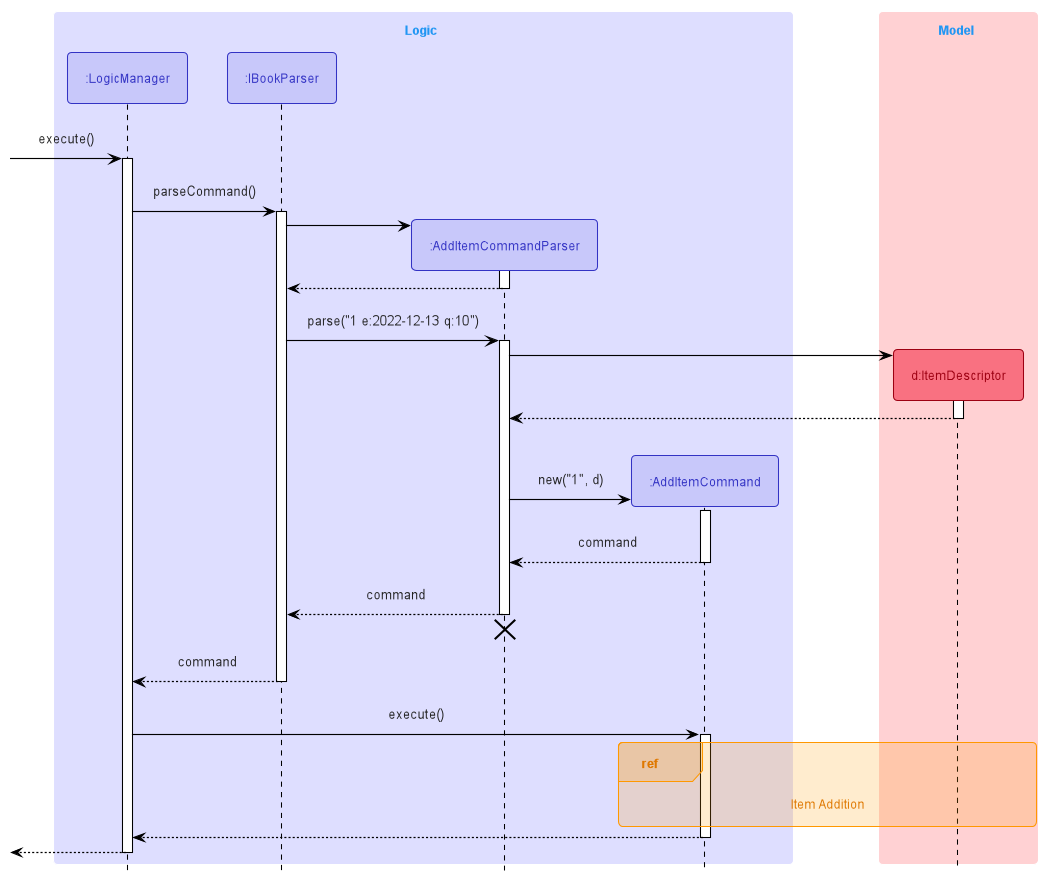
Earlier version of the PlantUML export docs/images/AddItemSequenceDiagram.png (nus-cs2103-AY2122S2/tp).
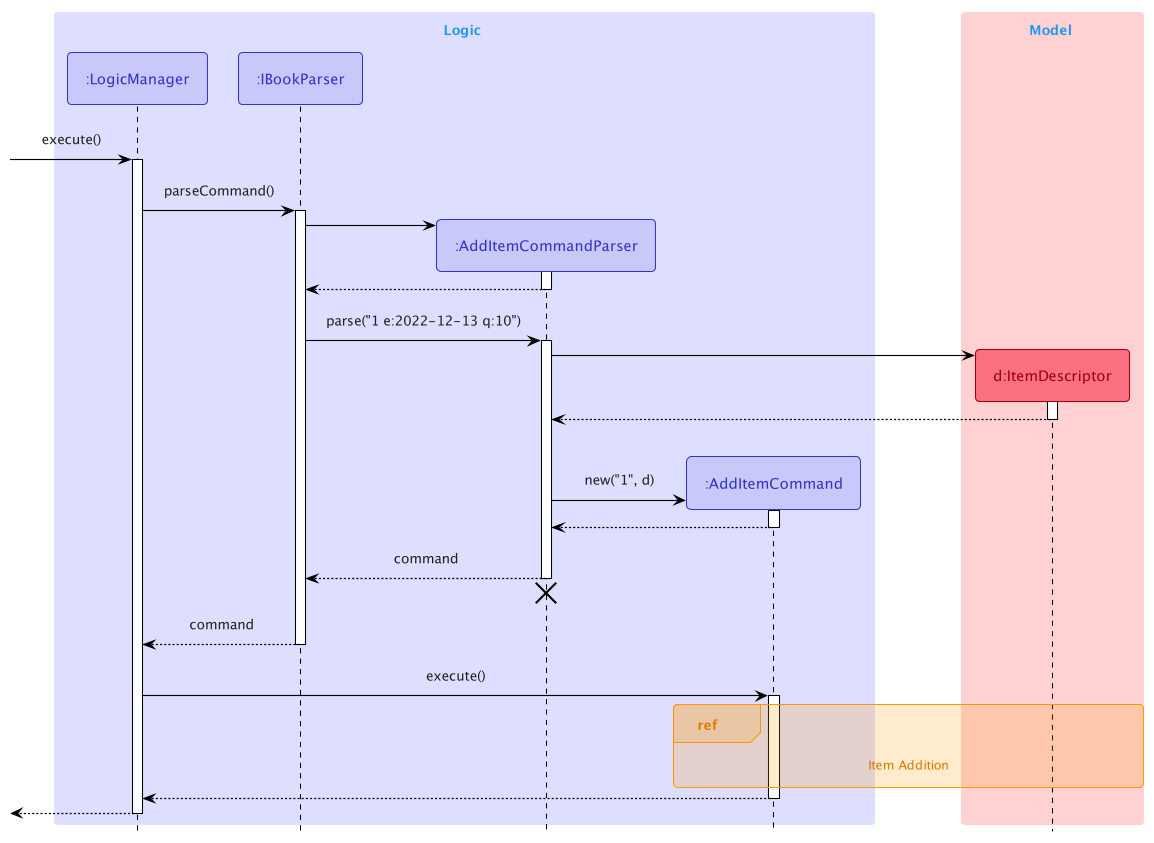
Later version of the same file.

Change to the diagram source:
```diff
@@ -43,7 +43,7 @@
 create AddItemCommand
 AddItemCommandParser -> AddItemCommand : new("1", d)
 activate AddItemCommand
-AddItemCommand --> AddItemCommandParser : command
+AddItemCommand --> AddItemCommandParser
 deactivate AddItemCommand
 
 AddItemCommandParser --> IBookParser : command
```
